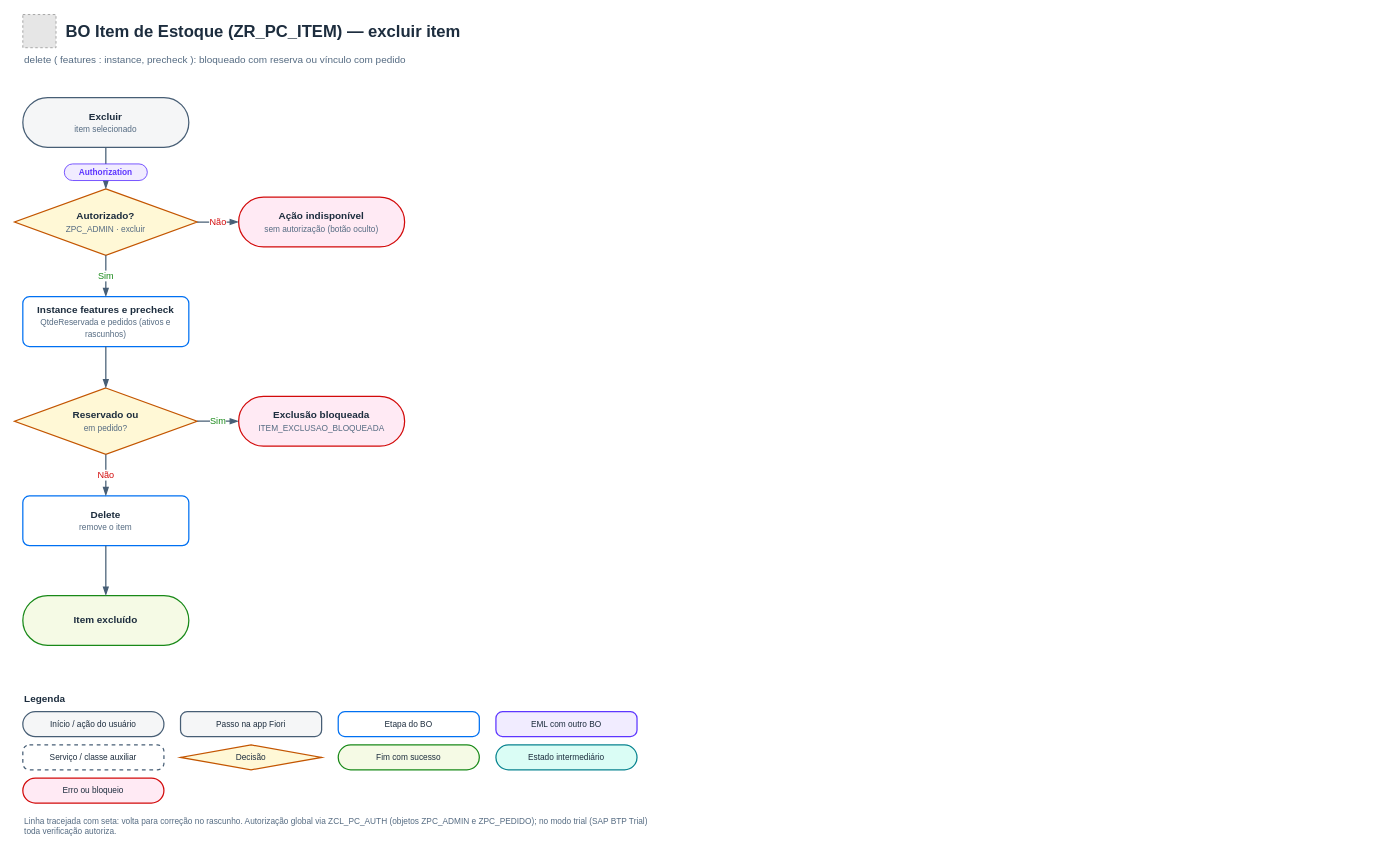
Above: page "3 · Excluir item" (3 of 5) of docs/fluxos-bo-item-estoque.drawio in AdrianoBispo/sap-abap-rap-pedidos-de-compras-app (draw.io), before the change. Source tidied: cells renumbered, new cells numbered last; positions are measured from the earlier drawing's top-left corner, leaving out a move shared by most shapes. Both pictures are drawn from the tidied source at 83%, with x=0, y=0 at pixel (14, 14). Pictures stored in the file or linked from it are replaced by grey dashed boxes.
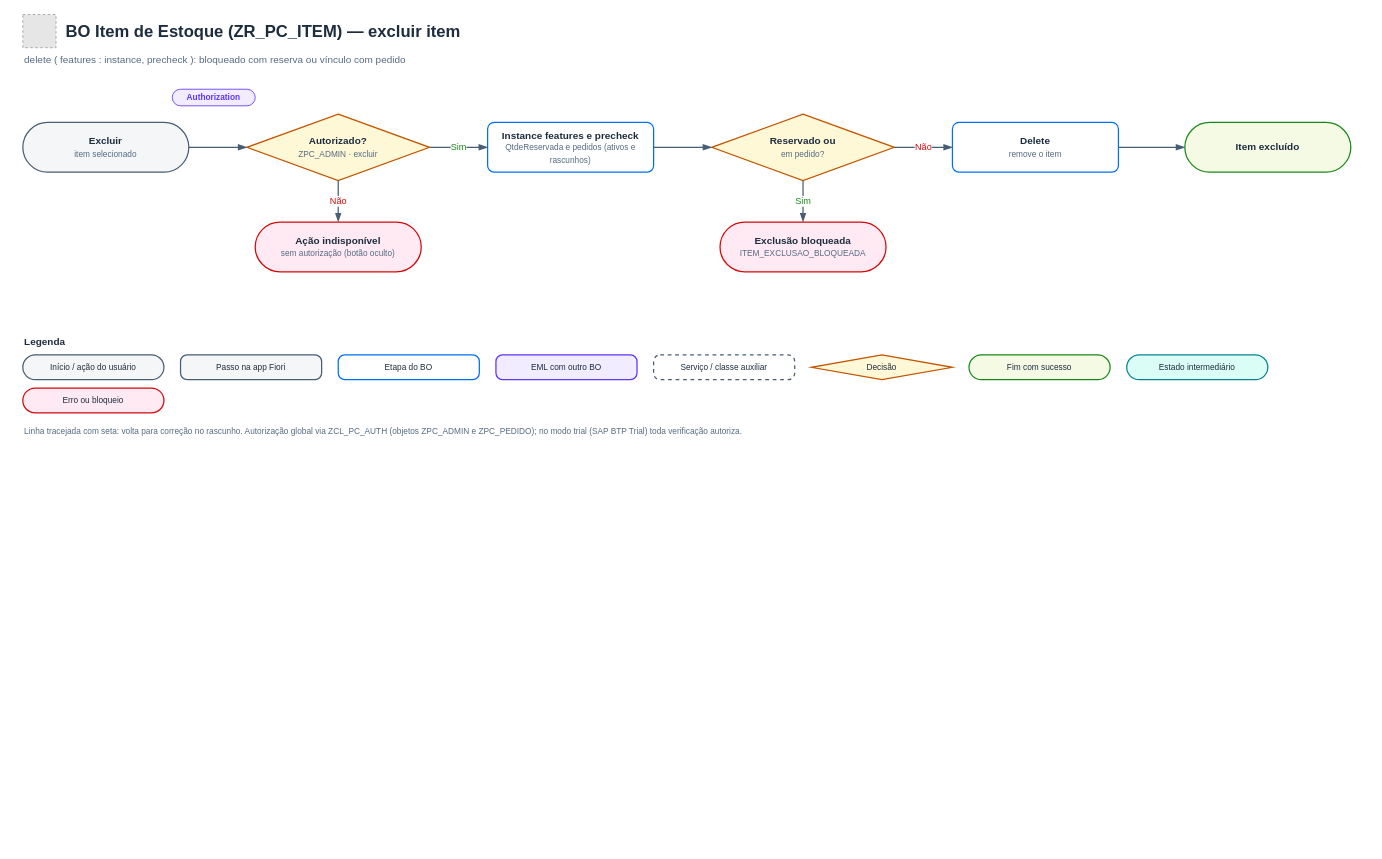
The same diagram, later.

What changed in the source:
```diff
@@
     <mxCell id="3" value="BO Item de Estoque (ZR_PC_ITEM) — excluir item" style="text;html=1;whiteSpace=wrap;align=left;verticalAlign=middle;fontFamily=Helvetica;fontSize=20;fontStyle=1;fontColor=#1D2D3E;" parent="1" vertex="1">
-      <mxGeometry x="60" width="710" height="40" as="geometry" />
+      <mxGeometry x="60" width="1570" height="40" as="geometry" />
     </mxCell>
     <mxCell id="4" value="delete ( features : instance, precheck ): bloqueado com reserva ou vínculo com pedido" style="text;html=1;whiteSpace=wrap;align=left;verticalAlign=middle;fontFamily=Helvetica;fontSize=12;fontColor=#556B82;" parent="1" vertex="1">
-      <mxGeometry x="10" y="40" width="760" height="30" as="geometry" />
+      <mxGeometry x="10" y="40" width="1620" height="30" as="geometry" />
     </mxCell>
     <mxCell id="5" value="&lt;b&gt;Excluir&lt;/b&gt;&lt;br&gt;&lt;font style=&quot;font-size:10px&quot; color=&quot;#556B82&quot;&gt;item selecionado&lt;/font&gt;" style="rounded=1;arcSize=60;absoluteArcSize=1;strokeColor=#475E75;fillColor=#F5F6F7;whiteSpace=wrap;html=1;fontFamily=Helvetica;fontSize=12;fontColor=#1D2D3E;strokeWidth=1.5;" parent="1" vertex="1">
-      <mxGeometry x="10" y="100" width="200" height="60" as="geometry" />
+      <mxGeometry x="10" y="130" width="200" height="60" as="geometry" />
     </mxCell>
     <mxCell id="6" value="&lt;b&gt;Autorizado?&lt;/b&gt;&lt;br&gt;&lt;font style=&quot;font-size:10px&quot; color=&quot;#556B82&quot;&gt;ZPC_ADMIN · excluir&lt;/font&gt;" style="rhombus;strokeColor=#C35500;fillColor=#FFF8D6;whiteSpace=wrap;html=1;fontFamily=Helvetica;fontSize=12;fontColor=#1D2D3E;strokeWidth=1.5;" parent="1" vertex="1">
-      <mxGeometry y="210" width="220" height="80" as="geometry" />
+      <mxGeometry x="280" y="120" width="220" height="80" as="geometry" />
     </mxCell>
     <mxCell id="7" value="&lt;b&gt;Ação indisponível&lt;/b&gt;&lt;br&gt;&lt;font style=&quot;font-size:10px&quot; color=&quot;#556B82&quot;&gt;sem autorização (botão oculto)&lt;/font&gt;" style="rounded=1;arcSize=60;absoluteArcSize=1;strokeColor=#D20A0A;fillColor=#FFEAF4;whiteSpace=wrap;html=1;fontFamily=Helvetica;fontSize=12;fontColor=#1D2D3E;strokeWidth=1.5;" parent="1" vertex="1">
-      <mxGeometry x="270" y="220" width="200" height="60" as="geometry" />
+      <mxGeometry x="290" y="250" width="200" height="60" as="geometry" />
     </mxCell>
     <mxCell id="8" value="&lt;b&gt;Instance features e precheck&lt;/b&gt;&lt;br&gt;&lt;font style=&quot;font-size:10px&quot; color=&quot;#556B82&quot;&gt;QtdeReservada e pedidos (ativos e rascunhos)&lt;/font&gt;" style="rounded=1;arcSize=16;absoluteArcSize=1;strokeColor=#0070F2;fillColor=#FFFFFF;whiteSpace=wrap;html=1;fontFamily=Helvetica;fontSize=12;fontColor=#1D2D3E;strokeWidth=1.5;" parent="1" vertex="1">
-      <mxGeometry x="10" y="340" width="200" height="60" as="geometry" />
+      <mxGeometry x="570" y="130" width="200" height="60" as="geometry" />
     </mxCell>
     <mxCell id="9" value="&lt;b&gt;Reservado ou&lt;/b&gt;&lt;br&gt;&lt;font style=&quot;font-size:10px&quot; color=&quot;#556B82&quot;&gt;em pedido?&lt;/font&gt;" style="rhombus;strokeColor=#C35500;fillColor=#FFF8D6;whiteSpace=wrap;html=1;fontFamily=Helvetica;fontSize=12;fontColor=#1D2D3E;strokeWidth=1.5;" parent="1" vertex="1">
-      <mxGeometry y="450" width="220" height="80" as="geometry" />
+      <mxGeometry x="840" y="120" width="220" height="80" as="geometry" />
     </mxCell>
     <mxCell id="10" value="&lt;b&gt;Exclusão bloqueada&lt;/b&gt;&lt;br&gt;&lt;font style=&quot;font-size:10px&quot; color=&quot;#556B82&quot;&gt;ITEM_EXCLUSAO_BLOQUEADA&lt;/font&gt;" style="rounded=1;arcSize=60;absoluteArcSize=1;strokeColor=#D20A0A;fillColor=#FFEAF4;whiteSpace=wrap;html=1;fontFamily=Helvetica;fontSize=12;fontColor=#1D2D3E;strokeWidth=1.5;" parent="1" vertex="1">
-      <mxGeometry x="270" y="460" width="200" height="60" as="geometry" />
+      <mxGeometry x="850" y="250" width="200" height="60" as="geometry" />
     </mxCell>
     <mxCell id="11" value="&lt;b&gt;Delete&lt;/b&gt;&lt;br&gt;&lt;font style=&quot;font-size:10px&quot; color=&quot;#556B82&quot;&gt;remove o item&lt;/font&gt;" style="rounded=1;arcSize=16;absoluteArcSize=1;strokeColor=#0070F2;fillColor=#FFFFFF;whiteSpace=wrap;html=1;fontFamily=Helvetica;fontSize=12;fontColor=#1D2D3E;strokeWidth=1.5;" parent="1" vertex="1">
-      <mxGeometry x="10" y="580" width="200" height="60" as="geometry" />
+      <mxGeometry x="1130" y="130" width="200" height="60" as="geometry" />
     </mxCell>
     <mxCell id="12" value="&lt;b&gt;Item excluído&lt;/b&gt;" style="rounded=1;arcSize=60;absoluteArcSize=1;strokeColor=#188918;fillColor=#F5FAE5;whiteSpace=wrap;html=1;fontFamily=Helvetica;fontSize=12;fontColor=#1D2D3E;strokeWidth=1.5;" parent="1" vertex="1">
-      <mxGeometry x="10" y="700" width="200" height="60" as="geometry" />
+      <mxGeometry x="1410" y="130" width="200" height="60" as="geometry" />
     </mxCell>
-    <mxCell id="13" style="edgeStyle=orthogonalEdgeStyle;rounded=1;html=1;strokeColor=#475E75;strokeWidth=1.5;endArrow=blockThin;endFill=1;endSize=7;fontFamily=Helvetica;fontSize=11;fontColor=#1D2D3E;labelBackgroundColor=default;exitX=0.5;exitY=1;exitDx=0;exitDy=0;entryX=0.5;entryY=0;entryDx=0;entryDy=0;" parent="1" edge="1" source="5" target="6">
+    <mxCell id="13" style="edgeStyle=orthogonalEdgeStyle;rounded=1;html=1;strokeColor=#475E75;strokeWidth=1.5;endArrow=blockThin;endFill=1;endSize=7;fontFamily=Helvetica;fontSize=11;fontColor=#1D2D3E;labelBackgroundColor=default;exitX=1;exitY=0.5;exitDx=0;exitDy=0;entryX=0;entryY=0.5;entryDx=0;entryDy=0;" parent="1" edge="1" source="5" target="6">
       <mxGeometry relative="1" as="geometry" />
     </mxCell>
-    <mxCell id="14" value="Não" style="edgeStyle=orthogonalEdgeStyle;rounded=1;html=1;strokeColor=#475E75;strokeWidth=1.5;endArrow=blockThin;endFill=1;endSize=7;fontFamily=Helvetica;fontSize=11;fontColor=#D20A0A;labelBackgroundColor=default;exitX=1;exitY=0.5;exitDx=0;exitDy=0;entryX=0;entryY=0.5;entryDx=0;entryDy=0;" parent="1" edge="1" source="6" target="7">
+    <mxCell id="14" value="Não" style="edgeStyle=orthogonalEdgeStyle;rounded=1;html=1;strokeColor=#475E75;strokeWidth=1.5;endArrow=blockThin;endFill=1;endSize=7;fontFamily=Helvetica;fontSize=11;fontColor=#D20A0A;labelBackgroundColor=default;exitX=0.5;exitY=1;exitDx=0;exitDy=0;entryX=0.5;entryY=0;entryDx=0;entryDy=0;" parent="1" edge="1" source="6" target="7">
       <mxGeometry relative="1" as="geometry" />
     </mxCell>
-    <mxCell id="15" value="Sim" style="edgeStyle=orthogonalEdgeStyle;rounded=1;html=1;strokeColor=#475E75;strokeWidth=1.5;endArrow=blockThin;endFill=1;endSize=7;fontFamily=Helvetica;fontSize=11;fontColor=#188918;labelBackgroundColor=default;exitX=0.5;exitY=1;exitDx=0;exitDy=0;entryX=0.5;entryY=0;entryDx=0;entryDy=0;" parent="1" edge="1" source="6" target="8">
+    <mxCell id="15" value="Sim" style="edgeStyle=orthogonalEdgeStyle;rounded=1;html=1;strokeColor=#475E75;strokeWidth=1.5;endArrow=blockThin;endFill=1;endSize=7;fontFamily=Helvetica;fontSize=11;fontColor=#188918;labelBackgroundColor=default;exitX=1;exitY=0.5;exitDx=0;exitDy=0;entryX=0;entryY=0.5;entryDx=0;entryDy=0;" parent="1" edge="1" source="6" target="8">
       <mxGeometry relative="1" as="geometry" />
     </mxCell>
-    <mxCell id="16" style="edgeStyle=orthogonalEdgeStyle;rounded=1;html=1;strokeColor=#475E75;strokeWidth=1.5;endArrow=blockThin;endFill=1;endSize=7;fontFamily=Helvetica;fontSize=11;fontColor=#1D2D3E;labelBackgroundColor=default;exitX=0.5;exitY=1;exitDx=0;exitDy=0;entryX=0.5;entryY=0;entryDx=0;entryDy=0;" parent="1" edge="1" source="8" target="9">
+    <mxCell id="16" style="edgeStyle=orthogonalEdgeStyle;rounded=1;html=1;strokeColor=#475E75;strokeWidth=1.5;endArrow=blockThin;endFill=1;endSize=7;fontFamily=Helvetica;fontSize=11;fontColor=#1D2D3E;labelBackgroundColor=default;exitX=1;exitY=0.5;exitDx=0;exitDy=0;entryX=0;entryY=0.5;entryDx=0;entryDy=0;" parent="1" edge="1" source="8" target="9">
       <mxGeometry relative="1" as="geometry" />
     </mxCell>
-    <mxCell id="17" value="Sim" style="edgeStyle=orthogonalEdgeStyle;rounded=1;html=1;strokeColor=#475E75;strokeWidth=1.5;endArrow=blockThin;endFill=1;endSize=7;fontFamily=Helvetica;fontSize=11;fontColor=#188918;labelBackgroundColor=default;exitX=1;exitY=0.5;exitDx=0;exitDy=0;entryX=0;entryY=0.5;entryDx=0;entryDy=0;" parent="1" edge="1" source="9" target="10">
+    <mxCell id="17" value="Sim" style="edgeStyle=orthogonalEdgeStyle;rounded=1;html=1;strokeColor=#475E75;strokeWidth=1.5;endArrow=blockThin;endFill=1;endSize=7;fontFamily=Helvetica;fontSize=11;fontColor=#188918;labelBackgroundColor=default;exitX=0.5;exitY=1;exitDx=0;exitDy=0;entryX=0.5;entryY=0;entryDx=0;entryDy=0;" parent="1" edge="1" source="9" target="10">
       <mxGeometry relative="1" as="geometry" />
     </mxCell>
-    <mxCell id="18" value="Não" style="edgeStyle=orthogonalEdgeStyle;rounded=1;html=1;strokeColor=#475E75;strokeWidth=1.5;endArrow=blockThin;endFill=1;endSize=7;fontFamily=Helvetica;fontSize=11;fontColor=#D20A0A;labelBackgroundColor=default;exitX=0.5;exitY=1;exitDx=0;exitDy=0;entryX=0.5;entryY=0;entryDx=0;entryDy=0;" parent="1" edge="1" source="9" target="11">
+    <mxCell id="18" value="Não" style="edgeStyle=orthogonalEdgeStyle;rounded=1;html=1;strokeColor=#475E75;strokeWidth=1.5;endArrow=blockThin;endFill=1;endSize=7;fontFamily=Helvetica;fontSize=11;fontColor=#D20A0A;labelBackgroundColor=default;exitX=1;exitY=0.5;exitDx=0;exitDy=0;entryX=0;entryY=0.5;entryDx=0;entryDy=0;" parent="1" edge="1" source="9" target="11">
       <mxGeometry relative="1" as="geometry" />
     </mxCell>
-    <mxCell id="19" style="edgeStyle=orthogonalEdgeStyle;rounded=1;html=1;strokeColor=#475E75;strokeWidth=1.5;endArrow=blockThin;endFill=1;endSize=7;fontFamily=Helvetica;fontSize=11;fontColor=#1D2D3E;labelBackgroundColor=default;exitX=0.5;exitY=1;exitDx=0;exitDy=0;entryX=0.5;entryY=0;entryDx=0;entryDy=0;" parent="1" edge="1" source="11" target="12">
+    <mxCell id="19" style="edgeStyle=orthogonalEdgeStyle;rounded=1;html=1;strokeColor=#475E75;strokeWidth=1.5;endArrow=blockThin;endFill=1;endSize=7;fontFamily=Helvetica;fontSize=11;fontColor=#1D2D3E;labelBackgroundColor=default;exitX=1;exitY=0.5;exitDx=0;exitDy=0;entryX=0;entryY=0.5;entryDx=0;entryDy=0;" parent="1" edge="1" source="11" target="12">
       <mxGeometry relative="1" as="geometry" />
     </mxCell>
     <mxCell id="20" value="&lt;b&gt;Authorization&lt;/b&gt;" style="rounded=1;whiteSpace=wrap;html=1;arcSize=50;absoluteArcSize=1;strokeWidth=1;strokeColor=#5D36FF;fillColor=#F1ECFF;fontColor=#5D36FF;fontFamily=Helvetica;fontSize=10;align=center;verticalAlign=middle;" parent="1" vertex="1">
-      <mxGeometry x="60" y="180" width="100" height="20" as="geometry" />
+      <mxGeometry x="190" y="90" width="100" height="20" as="geometry" />
     </mxCell>
     <mxCell id="21" value="&lt;b&gt;Legenda&lt;/b&gt;" style="text;html=1;align=left;verticalAlign=middle;fontFamily=Helvetica;fontSize=12;fontColor=#1D2D3E;" parent="1" vertex="1">
-      <mxGeometry x="10" y="810" width="200" height="30" as="geometry" />
+      <mxGeometry x="10" y="380" width="200" height="30" as="geometry" />
     </mxCell>
     <mxCell id="22" value="Início / ação do usuário" style="rounded=1;arcSize=60;absoluteArcSize=1;strokeColor=#475E75;fillColor=#F5F6F7;whiteSpace=wrap;html=1;fontFamily=Helvetica;fontSize=10;fontColor=#1D2D3E;strokeWidth=1.5;" parent="1" vertex="1">
-      <mxGeometry x="10" y="840" width="170" height="30" as="geometry" />
+      <mxGeometry x="10" y="410" width="170" height="30" as="geometry" />
     </mxCell>
     <mxCell id="23" value="Passo na app Fiori" style="rounded=1;arcSize=16;absoluteArcSize=1;strokeColor=#475E75;fillColor=#F5F6F7;whiteSpace=wrap;html=1;fontFamily=Helvetica;fontSize=10;fontColor=#1D2D3E;strokeWidth=1.5;" parent="1" vertex="1">
-      <mxGeometry x="200" y="840" width="170" height="30" as="geometry" />
+      <mxGeometry x="200" y="410" width="170" height="30" as="geometry" />
     </mxCell>
     <mxCell id="24" value="Etapa do BO" style="rounded=1;arcSize=16;absoluteArcSize=1;strokeColor=#0070F2;fillColor=#FFFFFF;whiteSpace=wrap;html=1;fontFamily=Helvetica;fontSize=10;fontColor=#1D2D3E;strokeWidth=1.5;" parent="1" vertex="1">
-      <mxGeometry x="390" y="840" width="170" height="30" as="geometry" />
+      <mxGeometry x="390" y="410" width="170" height="30" as="geometry" />
     </mxCell>
     <mxCell id="25" value="EML com outro BO" style="rounded=1;arcSize=16;absoluteArcSize=1;strokeColor=#5D36FF;fillColor=#F1ECFF;whiteSpace=wrap;html=1;fontFamily=Helvetica;fontSize=10;fontColor=#1D2D3E;strokeWidth=1.5;" parent="1" vertex="1">
-      <mxGeometry x="580" y="840" width="170" height="30" as="geometry" />
+      <mxGeometry x="580" y="410" width="170" height="30" as="geometry" />
     </mxCell>
     <mxCell id="26" value="Serviço / classe auxiliar" style="rounded=1;arcSize=16;absoluteArcSize=1;strokeColor=#475E75;fillColor=#FFFFFF;dashed=1;whiteSpace=wrap;html=1;fontFamily=Helvetica;fontSize=10;fontColor=#1D2D3E;strokeWidth=1.5;" parent="1" vertex="1">
-      <mxGeometry x="10" y="880" width="170" height="30" as="geometry" />
+      <mxGeometry x="770" y="410" width="170" height="30" as="geometry" />
     </mxCell>
     <mxCell id="27" value="Decisão" style="rhombus;strokeColor=#C35500;fillColor=#FFF8D6;whiteSpace=wrap;html=1;fontFamily=Helvetica;fontSize=10;fontColor=#1D2D3E;strokeWidth=1.5;" parent="1" vertex="1">
-      <mxGeometry x="200" y="880" width="170" height="30" as="geometry" />
+      <mxGeometry x="960" y="410" width="170" height="30" as="geometry" />
     </mxCell>
     <mxCell id="28" value="Fim com sucesso" style="rounded=1;arcSize=60;absoluteArcSize=1;strokeColor=#188918;fillColor=#F5FAE5;whiteSpace=wrap;html=1;fontFamily=Helvetica;fontSize=10;fontColor=#1D2D3E;strokeWidth=1.5;" parent="1" vertex="1">
-      <mxGeometry x="390" y="880" width="170" height="30" as="geometry" />
+      <mxGeometry x="1150" y="410" width="170" height="30" as="geometry" />
     </mxCell>
     <mxCell id="29" value="Estado intermediário" style="rounded=1;arcSize=60;absoluteArcSize=1;strokeColor=#07838F;fillColor=#DAFDF5;whiteSpace=wrap;html=1;fontFamily=Helvetica;fontSize=10;fontColor=#1D2D3E;strokeWidth=1.5;" parent="1" vertex="1">
-      <mxGeometry x="580" y="880" width="170" height="30" as="geometry" />
+      <mxGeometry x="1340" y="410" width="170" height="30" as="geometry" />
     </mxCell>
     <mxCell id="30" value="Erro ou bloqueio" style="rounded=1;arcSize=60;absoluteArcSize=1;strokeColor=#D20A0A;fillColor=#FFEAF4;whiteSpace=wrap;html=1;fontFamily=Helvetica;fontSize=10;fontColor=#1D2D3E;strokeWidth=1.5;" parent="1" vertex="1">
-      <mxGeometry x="10" y="920" width="170" height="30" as="geometry" />
+      <mxGeometry x="10" y="450" width="170" height="30" as="geometry" />
     </mxCell>
     <mxCell id="31" value="Linha tracejada com seta: volta para correção no rascunho. Autorização global via ZCL_PC_AUTH (objetos ZPC_ADMIN e ZPC_PEDIDO); no modo trial (SAP BTP Trial) toda verificação autoriza." style="text;html=1;whiteSpace=wrap;align=left;verticalAlign=top;fontFamily=Helvetica;fontSize=10;fontColor=#556B82;" parent="1" vertex="1">
-      <mxGeometry x="10" y="960" width="760" height="40" as="geometry" />
+      <mxGeometry x="10" y="490" width="1620" height="40" as="geometry" />
     </mxCell>
```
